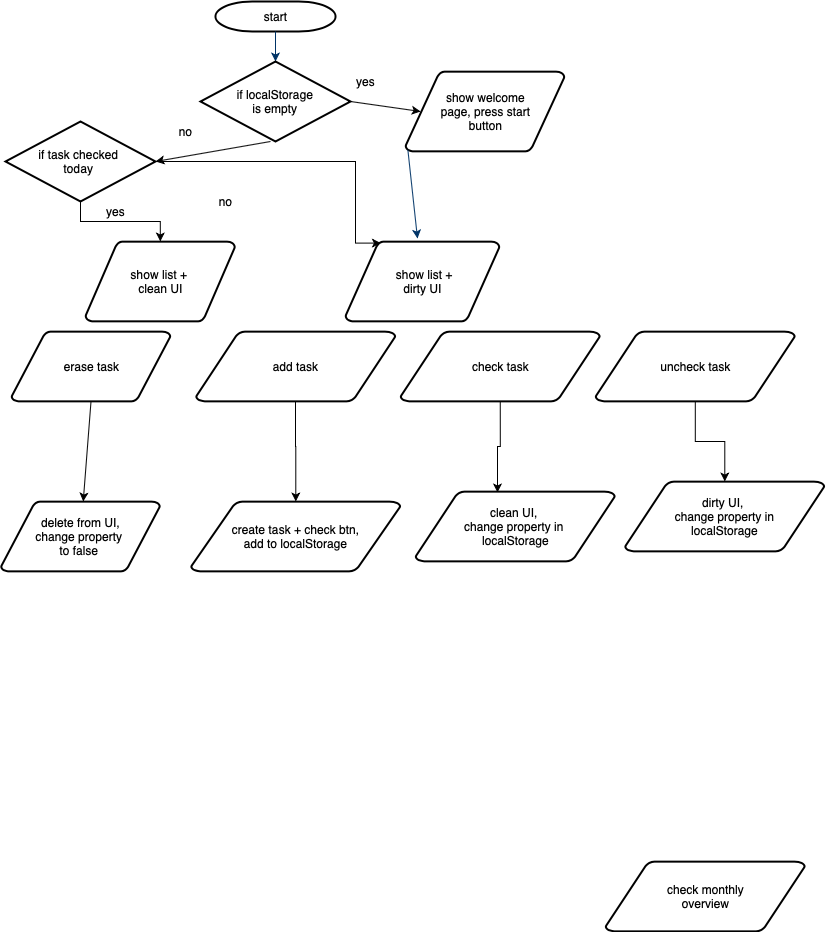
Before: Flowchart.png, a diagram exported from draw.io (lovisaelensky/habit-tracker). Source tidied: cells renumbered, new cells last; positions are measured from the earlier drawing's top-left corner, leaving out a move shared by most shapes.
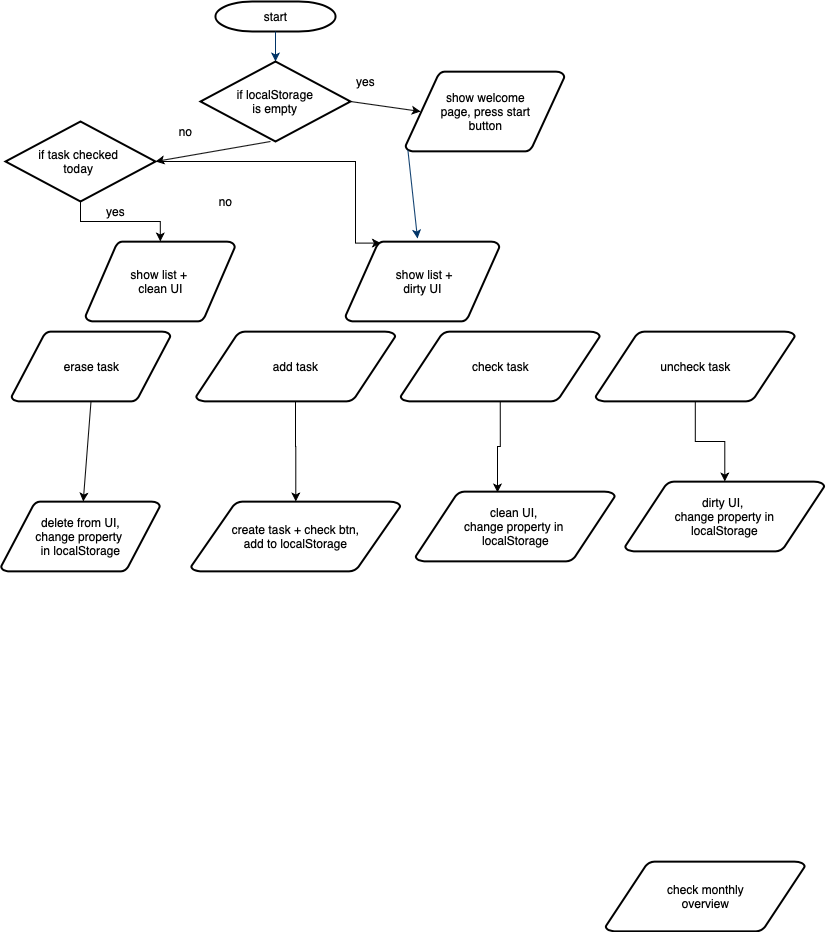
Later version of the same file.

What changed in the source:
```diff
@@ -102,7 +102,7 @@
         <mxPoint x="84" y="540" as="targetPoint" />
       </mxGeometry>
     </mxCell>
-    <mxCell id="29" value="delete from UI,&lt;br&gt;change property &lt;br&gt;to false&amp;nbsp;" style="shape=mxgraph.flowchart.data;strokeWidth=2;gradientColor=none;gradientDirection=north;fontStyle=0;html=1;" parent="1" vertex="1">
+    <mxCell id="29" value="delete from UI,&lt;br&gt;change property &lt;br&gt;in localStorage" style="shape=mxgraph.flowchart.data;strokeWidth=2;gradientColor=none;gradientDirection=north;fontStyle=0;html=1;" parent="1" vertex="1">
       <mxGeometry x="-0.5" y="500" width="159" height="70" as="geometry" />
     </mxCell>
     <mxCell id="30" style="endArrow=classic;html=1;exitX=0.5;exitY=1;exitDx=0;exitDy=0;exitPerimeter=0;" parent="1" edge="1" source="15" target="29">
```
